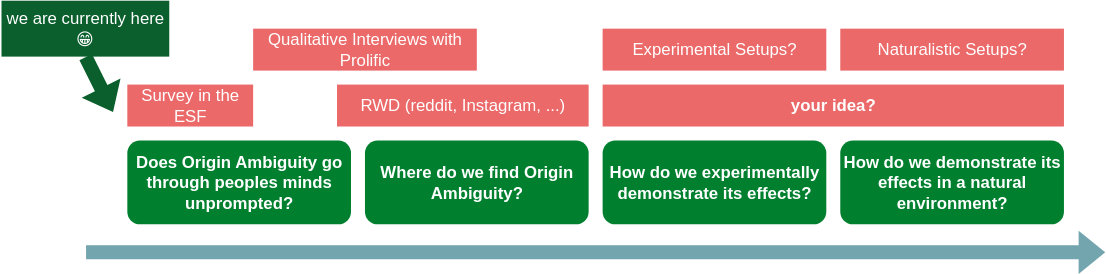
Earlier version of the draw.io export docs/images/researchplan_full.svg (saboustocker/slides). Source tidied: cells renumbered, new cells last; positions are measured from the earlier drawing's top-left corner, leaving out a move shared by most shapes.
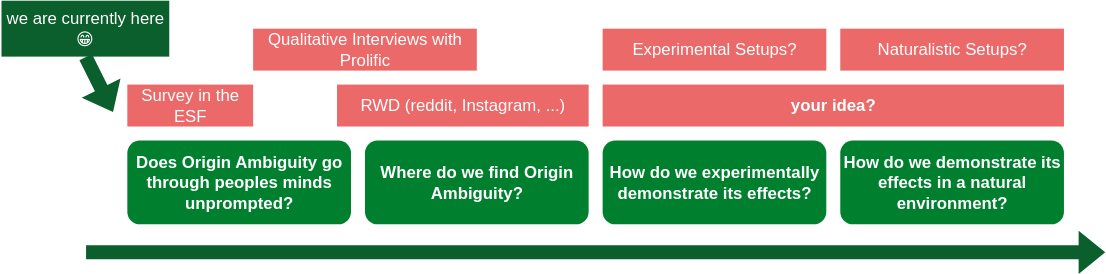
The same diagram one commit later.

Change to the diagram source:
```diff
@@ -32,7 +32,7 @@
     <mxCell id="11" value="Naturalistic Setups?" style="rounded=0;whiteSpace=wrap;html=1;fillColor=#eb6969;strokeColor=none;fontColor=#FFFFFF;" parent="1" vertex="1">
       <mxGeometry x="600" y="20" width="160" height="30" as="geometry" />
     </mxCell>
-    <mxCell id="12" style="shape=flexArrow;endArrow=classic;html=1;rounded=0;fillColor=#73a5af;strokeColor=none;" parent="1" edge="1">
+    <mxCell id="12" style="shape=flexArrow;endArrow=classic;html=1;rounded=0;fillColor=#0a5f2d;strokeColor=none;" parent="1" edge="1">
       <mxGeometry relative="1" as="geometry">
         <mxPoint x="60" y="180" as="sourcePoint" />
         <mxPoint x="790" y="180" as="targetPoint" />
```
